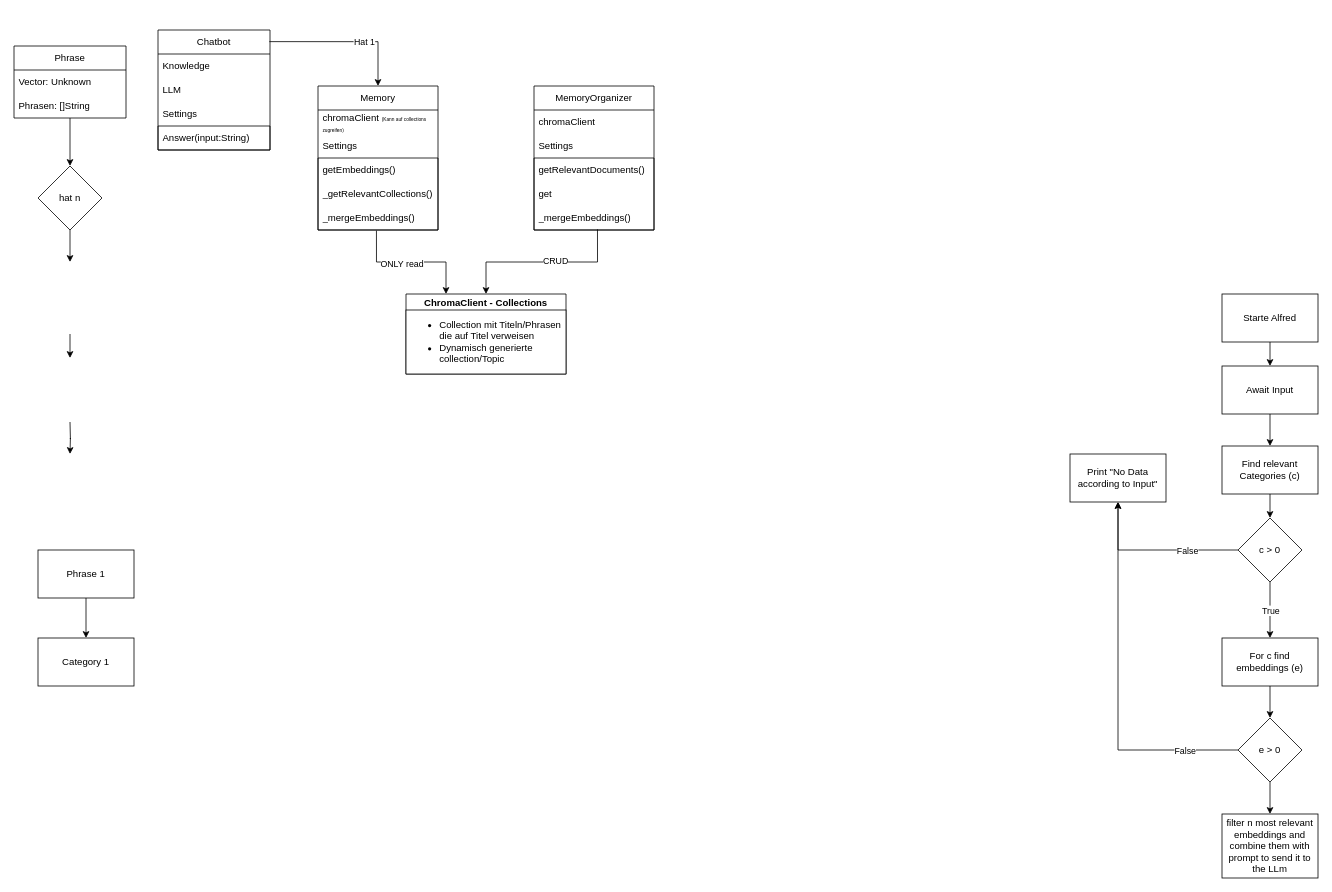
Earlier version of the draw.io diagram AlfredAnforderungen.drawio (DenisMathan/Chatbot). Source tidied: cells renumbered, new cells numbered last; positions are measured from the earlier drawing's top-left corner, leaving out a move shared by most shapes. Both pictures are drawn from the tidied source at 80%, with x=0, y=0 at pixel (14, 30).
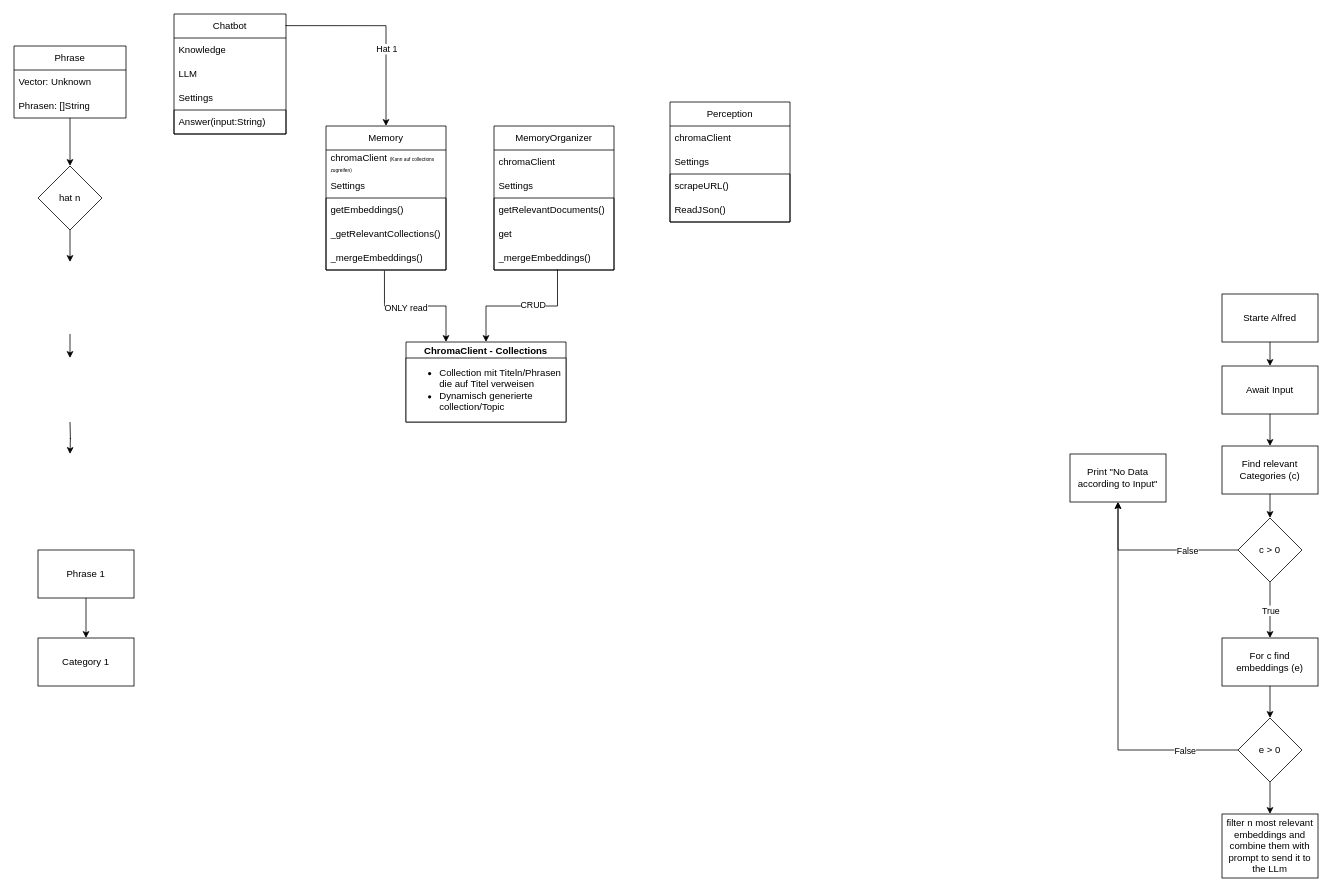
After the change.

The edit, as a diff of the source:
```diff
@@
     <mxCell id="2" value="Chatbot" style="swimlane;fontStyle=0;horizontal=1;startSize=30;whiteSpace=wrap;html=1;" parent="1" vertex="1">
-      <mxGeometry x="180" width="140" height="150" as="geometry" />
+      <mxGeometry x="200" y="-20" width="140" height="150" as="geometry" />
     </mxCell>
@@
     <mxCell id="40" value="Memory" style="swimlane;fontStyle=0;horizontal=1;startSize=30;whiteSpace=wrap;html=1;" parent="1" vertex="1">
-      <mxGeometry x="380" y="70" width="150" height="180" as="geometry" />
+      <mxGeometry x="390" y="120" width="150" height="180" as="geometry" />
     </mxCell>
@@
     <mxCell id="49" value="ChromaClient - Collections" style="swimlane;whiteSpace=wrap;html=1;" parent="1" vertex="1">
-      <mxGeometry x="490" y="330" width="200" height="100" as="geometry" />
+      <mxGeometry x="490" y="390" width="200" height="100" as="geometry" />
     </mxCell>
@@
     <mxCell id="51" value="MemoryOrganizer" style="swimlane;fontStyle=0;horizontal=1;startSize=30;whiteSpace=wrap;html=1;" parent="1" vertex="1">
-      <mxGeometry x="650" y="70" width="150" height="180" as="geometry" />
+      <mxGeometry x="600" y="120" width="150" height="180" as="geometry" />
     </mxCell>
@@
+    <mxCell id="60" value="Perception" style="swimlane;fontStyle=0;horizontal=1;startSize=30;whiteSpace=wrap;html=1;" parent="1" vertex="1">
+      <mxGeometry x="820" y="90" width="150" height="150" as="geometry" />
+    </mxCell>
+    <mxCell id="61" value="chromaClient&amp;nbsp;" style="text;strokeColor=none;fillColor=none;align=left;verticalAlign=middle;spacingLeft=4;spacingRight=4;overflow=hidden;whiteSpace=wrap;html=1;" parent="60" vertex="1">
+      <mxGeometry y="30" width="150" height="30" as="geometry" />
+    </mxCell>
+    <mxCell id="62" value="Settings" style="text;strokeColor=none;fillColor=none;align=left;verticalAlign=middle;spacingLeft=4;spacingRight=4;overflow=hidden;whiteSpace=wrap;html=1;" parent="60" vertex="1">
+      <mxGeometry y="60" width="150" height="30" as="geometry" />
+    </mxCell>
+    <mxCell id="63" style="swimlane;fontStyle=0;horizontal=1;startSize=0;whiteSpace=wrap;html=1;" parent="60" vertex="1">
+      <mxGeometry y="90" width="150" height="60" as="geometry" />
+    </mxCell>
+    <mxCell id="64" value="scrapeURL()" style="text;strokeColor=none;fillColor=none;align=left;verticalAlign=middle;spacingLeft=4;spacingRight=4;overflow=hidden;whiteSpace=wrap;html=1;" parent="63" vertex="1">
+      <mxGeometry width="150" height="30" as="geometry" />
+    </mxCell>
+    <mxCell id="65" value="ReadJSon()" style="text;strokeColor=none;fillColor=none;align=left;verticalAlign=middle;spacingLeft=4;spacingRight=4;overflow=hidden;whiteSpace=wrap;html=1;" parent="63" vertex="1">
+      <mxGeometry y="30" width="150" height="30" as="geometry" />
+    </mxCell>
```
